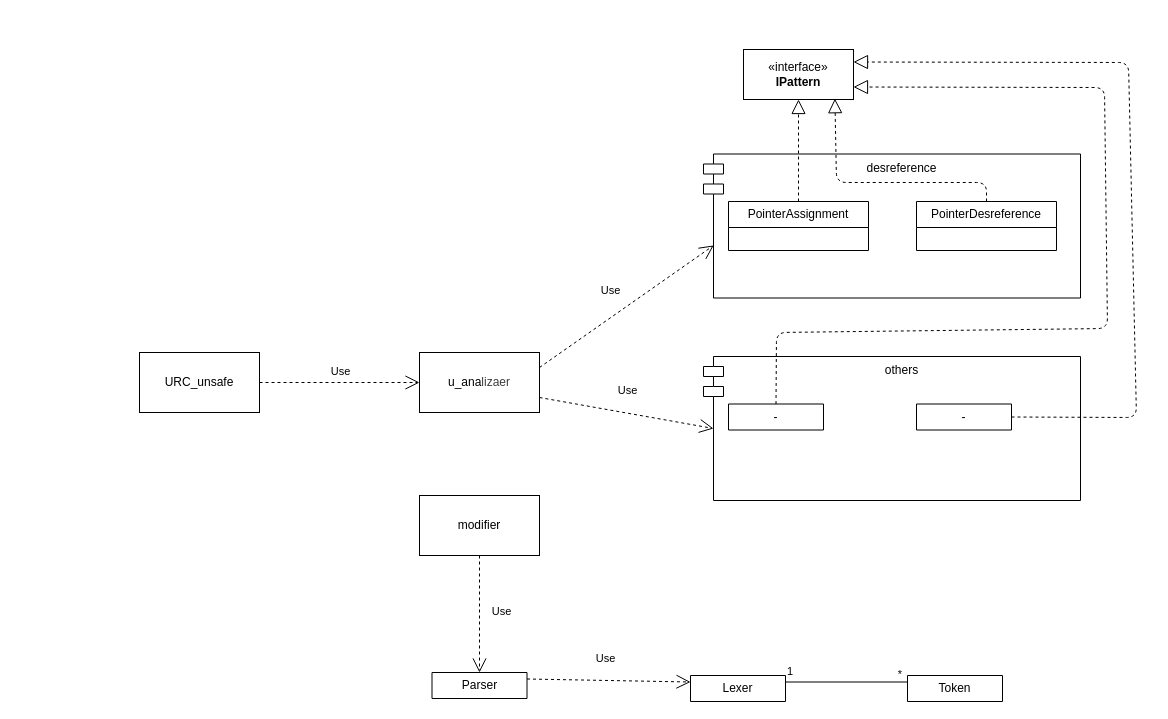
Above: modelo.drawio in Uriel-Gz/Unsafe_for_safe_in_rust (draw.io), before the change. Source tidied: cells renumbered, new cells numbered last; positions are measured from the earlier drawing's top-left corner, leaving out a move shared by most shapes. Both pictures are drawn from the tidied source at 100%, with x=0, y=0 at pixel (139, 49).
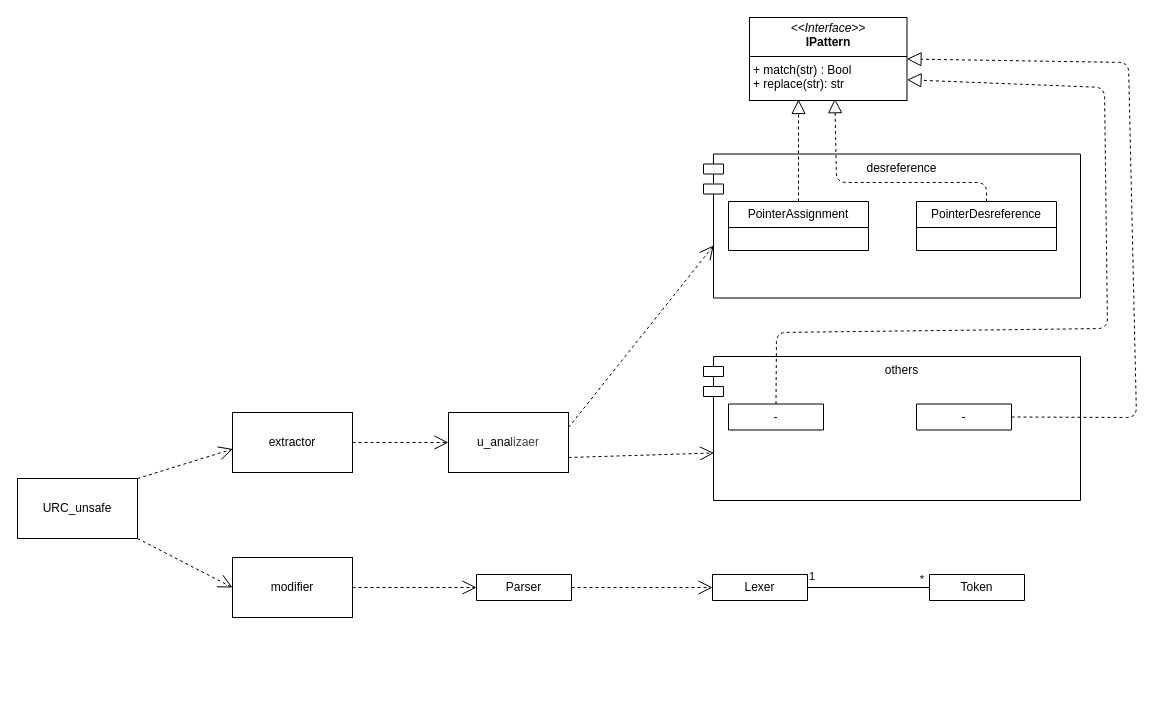
The same page after the edit.

Commit message:
acomadamiento de esqueleto basico

The change refers to these unchanged cells:
```xml
<mxCell id="6" value="desreference" style="shape=module;align=left;spacingLeft=20;align=center;verticalAlign=top;whiteSpace=wrap;html=1;" parent="1" vertex="1">
  <mxGeometry x="564" y="104.5" width="377" height="144" as="geometry" />
</mxCell>
<mxCell id="7" value="PointerAssignment" style="swimlane;fontStyle=0;horizontal=1;startSize=26;fillColor=none;whiteSpace=wrap;html=1;" parent="1" vertex="1">
  <mxGeometry x="589" y="152" width="140" height="49" as="geometry" />
</mxCell>
<mxCell id="10" value="PointerDesreference" style="swimlane;fontStyle=0;horizontal=1;startSize=26;fillColor=none;whiteSpace=wrap;html=1;" parent="1" vertex="1">
  <mxGeometry x="777" y="152" width="140" height="49" as="geometry" />
</mxCell>
<mxCell id="12" value="others" style="shape=module;align=left;spacingLeft=20;align=center;verticalAlign=top;whiteSpace=wrap;html=1;" parent="1" vertex="1">
  <mxGeometry x="564" y="307" width="377" height="144" as="geometry" />
</mxCell>
<mxCell id="13" value="-" style="swimlane;fontStyle=0;horizontal=1;startSize=26;fillColor=none;whiteSpace=wrap;html=1;" parent="1" vertex="1" collapsed="1">
  <mxGeometry x="589" y="354.5" width="95" height="26" as="geometry" />
</mxCell>
<mxCell id="14" value="-" style="swimlane;fontStyle=0;horizontal=1;startSize=26;fillColor=none;whiteSpace=wrap;html=1;" parent="1" vertex="1" collapsed="1">
  <mxGeometry x="777" y="354.5" width="95" height="26" as="geometry" />
</mxCell>
```

Diff of the diagram source:
```diff
@@
     <mxCell id="2" value="URC_unsafe" style="whiteSpace=wrap;html=1;" parent="1" vertex="1">
-      <mxGeometry y="303" width="120" height="60" as="geometry" />
+      <mxGeometry x="-122" y="429" width="120" height="60" as="geometry" />
     </mxCell>
     <mxCell id="3" value="u_ana&lt;span style=&quot;color: rgb(63, 63, 63); background-color: transparent;&quot;&gt;lizaer&lt;/span&gt;" style="whiteSpace=wrap;html=1;" parent="1" vertex="1">
-      <mxGeometry x="280" y="303" width="120" height="60" as="geometry" />
+      <mxGeometry x="309" y="363" width="120" height="60" as="geometry" />
     </mxCell>
-    <mxCell id="4" value="Use" style="endArrow=open;endSize=12;dashed=1;html=1;exitX=1;exitY=0.5;exitDx=0;exitDy=0;entryX=0;entryY=0.5;entryDx=0;entryDy=0;" parent="1" edge="1" source="2" target="3">
+    <mxCell id="4" value="Use" style="endArrow=open;endSize=12;dashed=1;html=1;entryX=0;entryY=0.5;entryDx=0;entryDy=0;exitX=1;exitY=0.5;exitDx=0;exitDy=0;fontColor=none;noLabel=1;" parent="1" edge="1" source="28" target="3">
       <mxGeometry x="0.01" y="11" relative="1" as="geometry" />
     </mxCell>
-    <mxCell id="5" value="«interface»&lt;br&gt;&lt;b&gt;IPattern&lt;/b&gt;" style="html=1;whiteSpace=wrap;" parent="1" vertex="1">
-      <mxGeometry x="604" width="110" height="50" as="geometry" />
-    </mxCell>
@@
-    <mxCell id="8" style="endArrow=block;dashed=1;endFill=0;endSize=12;html=1;exitX=0.5;exitY=0;exitDx=0;exitDy=0;entryX=0.5;entryY=1;entryDx=0;entryDy=0;" parent="1" edge="1" source="7" target="5">
-      <mxGeometry relative="1" as="geometry" />
+    <mxCell id="8" style="endArrow=block;dashed=1;endFill=0;endSize=12;html=1;exitX=0.5;exitY=0;exitDx=0;exitDy=0;entryX=0.5;entryY=1;entryDx=0;entryDy=0;" parent="1" edge="1" source="7">
+      <mxGeometry relative="1" as="geometry">
+        <mxPoint x="659" y="50" as="targetPoint" />
+      </mxGeometry>
     </mxCell>
-    <mxCell id="9" value="Use" style="endArrow=open;endSize=12;dashed=1;html=1;exitX=1;exitY=0.25;exitDx=0;exitDy=0;entryX=0.027;entryY=0.635;entryDx=0;entryDy=0;entryPerimeter=0;" parent="1" edge="1" source="3" target="6">
+    <mxCell id="9" value="Use" style="endArrow=open;endSize=12;dashed=1;html=1;exitX=1;exitY=0.25;exitDx=0;exitDy=0;entryX=0.027;entryY=0.635;entryDx=0;entryDy=0;entryPerimeter=0;fontColor=none;noLabel=1;" parent="1" edge="1" source="3" target="6">
       <mxGeometry x="-0.04" y="22" relative="1" as="geometry" />
     </mxCell>
@@
-    <mxCell id="11" style="endArrow=block;dashed=1;endFill=0;endSize=12;html=1;exitX=0.5;exitY=0;exitDx=0;exitDy=0;entryX=0.831;entryY=0.984;entryDx=0;entryDy=0;entryPerimeter=0;" parent="1" edge="1" source="10" target="5">
+    <mxCell id="11" style="endArrow=block;dashed=1;endFill=0;endSize=12;html=1;exitX=0.5;exitY=0;exitDx=0;exitDy=0;entryX=0.831;entryY=0.984;entryDx=0;entryDy=0;entryPerimeter=0;" parent="1" edge="1" source="10">
       <mxGeometry relative="1" as="geometry">
+        <mxPoint x="695.4" y="49.2" as="targetPoint" />
         <Array as="points">
           <mxPoint x="847" y="133" />
           <mxPoint x="697" y="133" />
         </Array>
       </mxGeometry>
     </mxCell>
@@
-    <mxCell id="15" value="Use" style="endArrow=open;endSize=12;dashed=1;html=1;entryX=0;entryY=0.5;entryDx=10;entryDy=0;entryPerimeter=0;exitX=1;exitY=0.75;exitDx=0;exitDy=0;" parent="1" edge="1" source="3" target="12">
+    <mxCell id="15" value="Use" style="endArrow=open;endSize=12;dashed=1;html=1;entryX=0.028;entryY=0.67;entryDx=0;entryDy=0;entryPerimeter=0;exitX=1;exitY=0.75;exitDx=0;exitDy=0;fontColor=none;noLabel=1;" parent="1" edge="1" source="3" target="12">
       <mxGeometry x="-0.04" y="22" relative="1" as="geometry" />
     </mxCell>
-    <mxCell id="16" style="endArrow=block;dashed=1;endFill=0;endSize=12;html=1;exitX=0.5;exitY=0;exitDx=0;exitDy=0;entryX=1;entryY=0.75;entryDx=0;entryDy=0;" parent="1" edge="1" source="13" target="5">
+    <mxCell id="16" style="endArrow=block;dashed=1;endFill=0;endSize=12;html=1;exitX=0.5;exitY=0;exitDx=0;exitDy=0;entryX=1;entryY=0.75;entryDx=0;entryDy=0;" parent="1" edge="1" source="13" target="30">
       <mxGeometry relative="1" as="geometry">
         <Array as="points">
           <mxPoint x="637" y="283" />
           <mxPoint x="968" y="279" />
           <mxPoint x="965" y="38" />
         </Array>
       </mxGeometry>
     </mxCell>
-    <mxCell id="17" style="endArrow=block;dashed=1;endFill=0;endSize=12;html=1;exitX=1;exitY=0.5;exitDx=0;exitDy=0;entryX=1;entryY=0.25;entryDx=0;entryDy=0;" parent="1" edge="1" source="14" target="5">
+    <mxCell id="17" style="endArrow=block;dashed=1;endFill=0;endSize=12;html=1;exitX=1;exitY=0.5;exitDx=0;exitDy=0;entryX=1;entryY=0.5;entryDx=0;entryDy=0;" parent="1" edge="1" source="14" target="30">
       <mxGeometry relative="1" as="geometry">
         <Array as="points">
           <mxPoint x="997" y="368" />
           <mxPoint x="989" y="13" />
         </Array>
       </mxGeometry>
     </mxCell>
     <mxCell id="18" value="modifier" style="whiteSpace=wrap;html=1;" parent="1" vertex="1">
-      <mxGeometry x="280" y="446" width="120" height="60" as="geometry" />
+      <mxGeometry x="93" y="508" width="120" height="60" as="geometry" />
     </mxCell>
-    <mxCell id="19" value="Use" style="endArrow=open;endSize=12;dashed=1;html=1;entryX=0.5;entryY=0;entryDx=0;entryDy=0;exitX=0.5;exitY=1;exitDx=0;exitDy=0;" parent="1" edge="1" source="18" target="22">
+    <mxCell id="19" value="Use" style="endArrow=open;endSize=12;dashed=1;html=1;entryX=0;entryY=0.5;entryDx=0;entryDy=0;exitX=1;exitY=0.5;exitDx=0;exitDy=0;fontColor=none;noLabel=1;" parent="1" edge="1" source="18" target="22">
       <mxGeometry x="-0.04" y="22" relative="1" as="geometry" />
     </mxCell>
     <mxCell id="20" value="Token" style="swimlane;fontStyle=0;horizontal=1;startSize=26;fillColor=none;whiteSpace=wrap;html=1;" parent="1" vertex="1" collapsed="1">
-      <mxGeometry x="768" y="626" width="95" height="26" as="geometry" />
+      <mxGeometry x="790" y="525" width="95" height="26" as="geometry" />
     </mxCell>
     <mxCell id="21" value="Lexer" style="swimlane;fontStyle=0;horizontal=1;startSize=26;fillColor=none;whiteSpace=wrap;html=1;" parent="1" vertex="1" collapsed="1">
-      <mxGeometry x="551" y="626" width="95" height="26" as="geometry" />
+      <mxGeometry x="573" y="525" width="95" height="26" as="geometry" />
     </mxCell>
     <mxCell id="22" value="Parser" style="swimlane;fontStyle=0;horizontal=1;startSize=26;fillColor=none;whiteSpace=wrap;html=1;" parent="1" vertex="1" collapsed="1">
-      <mxGeometry x="292.5" y="623" width="95" height="26" as="geometry" />
+      <mxGeometry x="337" y="525" width="95" height="26" as="geometry" />
     </mxCell>
-    <mxCell id="23" value="Use" style="endArrow=open;endSize=12;dashed=1;html=1;entryX=0;entryY=0.25;entryDx=0;entryDy=0;exitX=1;exitY=0.25;exitDx=0;exitDy=0;" parent="1" edge="1" source="22" target="21">
+    <mxCell id="23" value="Use" style="endArrow=open;endSize=12;dashed=1;html=1;entryX=0;entryY=0.5;entryDx=0;entryDy=0;fontColor=none;noLabel=1;exitX=1;exitY=0.5;exitDx=0;exitDy=0;" parent="1" edge="1" source="22" target="21">
       <mxGeometry x="-0.04" y="22" relative="1" as="geometry" />
     </mxCell>
-    <mxCell id="24" style="endArrow=none;html=1;edgeStyle=orthogonalEdgeStyle;entryX=0;entryY=0.25;entryDx=0;entryDy=0;exitX=1;exitY=0.25;exitDx=0;exitDy=0;" parent="1" edge="1" source="21" target="20">
+    <mxCell id="24" style="endArrow=none;html=1;edgeStyle=orthogonalEdgeStyle;entryX=0;entryY=0.5;entryDx=0;entryDy=0;exitX=1;exitY=0.5;exitDx=0;exitDy=0;" parent="1" edge="1" source="21" target="20">
       <mxGeometry relative="1" as="geometry" />
     </mxCell>
@@
+    <mxCell id="27" value="Use" style="endArrow=open;endSize=12;dashed=1;html=1;exitX=1;exitY=1;exitDx=0;exitDy=0;entryX=0;entryY=0.5;entryDx=0;entryDy=0;fontColor=none;noLabel=1;" parent="1" edge="1" source="2" target="18">
+      <mxGeometry x="0.01" y="11" relative="1" as="geometry" />
+    </mxCell>
+    <mxCell id="28" value="extractor" style="whiteSpace=wrap;html=1;" parent="1" vertex="1">
+      <mxGeometry x="93" y="363" width="120" height="60" as="geometry" />
+    </mxCell>
+    <mxCell id="29" value="Use" style="endArrow=open;endSize=12;dashed=1;html=1;exitX=1;exitY=0;exitDx=0;exitDy=0;entryX=0.003;entryY=0.608;entryDx=0;entryDy=0;entryPerimeter=0;fontColor=none;noLabel=1;textShadow=0;" parent="1" edge="1" source="2" target="28">
+      <mxGeometry x="0.01" y="11" relative="1" as="geometry" />
+    </mxCell>
+    <mxCell id="30" value="&lt;p style=&quot;margin:0px;margin-top:4px;text-align:center;&quot;&gt;&lt;i&gt;&amp;lt;&amp;lt;Interface&amp;gt;&amp;gt;&lt;/i&gt;&lt;br&gt;&lt;b&gt;IPattern&lt;/b&gt;&lt;/p&gt;&lt;hr size=&quot;1&quot; style=&quot;border-style:solid;&quot;&gt;&lt;p style=&quot;margin:0px;margin-left:4px;&quot;&gt;+ match(str) : Bool&lt;/p&gt;&lt;p style=&quot;margin:0px;margin-left:4px;&quot;&gt;+ replace(str): str&lt;/p&gt;" style="verticalAlign=top;align=left;overflow=fill;html=1;whiteSpace=wrap;" parent="1" vertex="1">
+      <mxGeometry x="610" y="-32" width="157.5" height="83" as="geometry" />
+    </mxCell>
```
